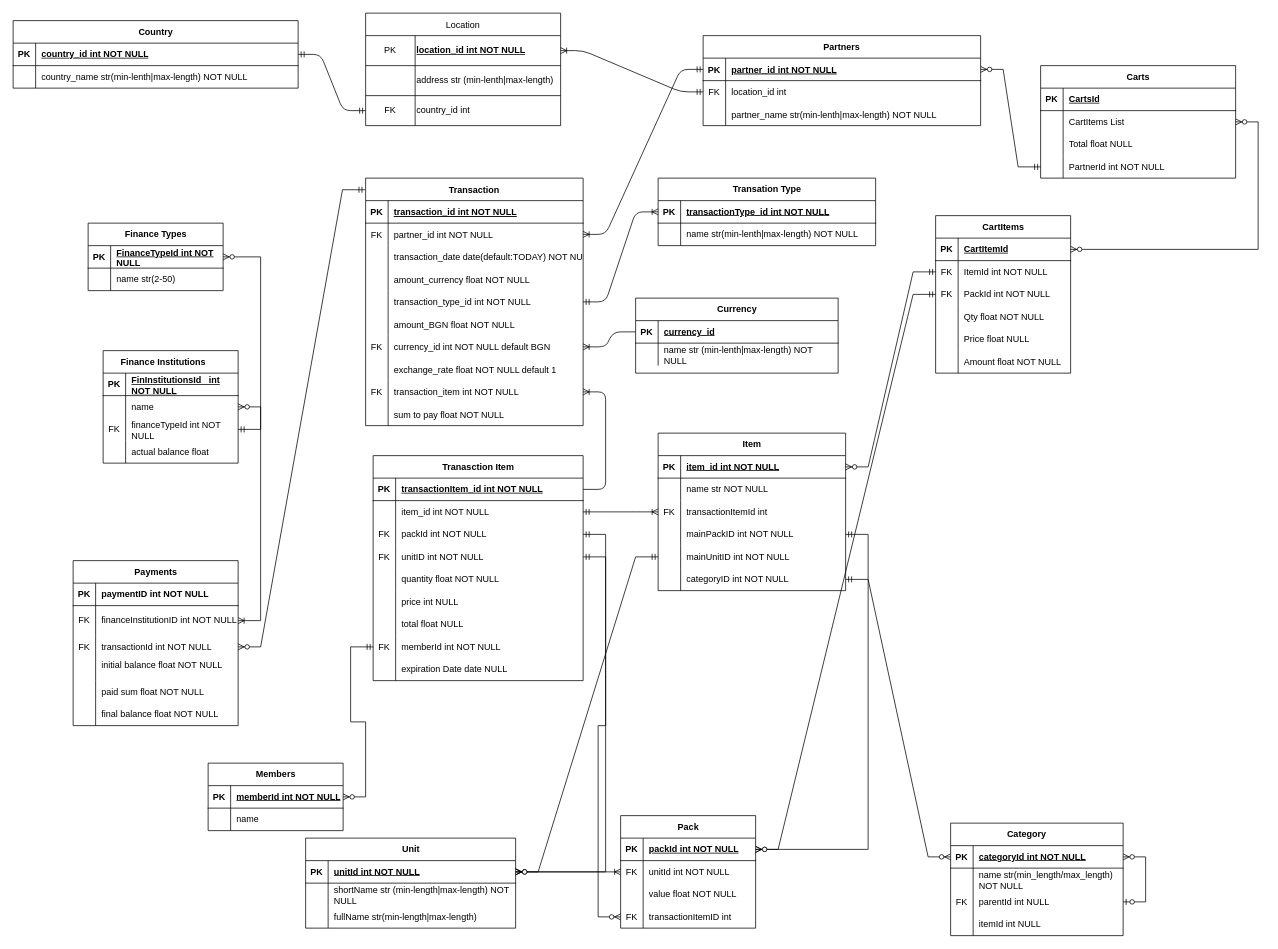
Before: PB.drawio in Dani7706/PB-Chart, a draw.io diagram. Source tidied: cells renumbered, new cells numbered last; positions are measured from the earlier drawing's top-left corner, leaving out a move shared by most shapes. Both pictures are drawn from the tidied source at 75%, with x=0, y=0 at pixel (13, 13).
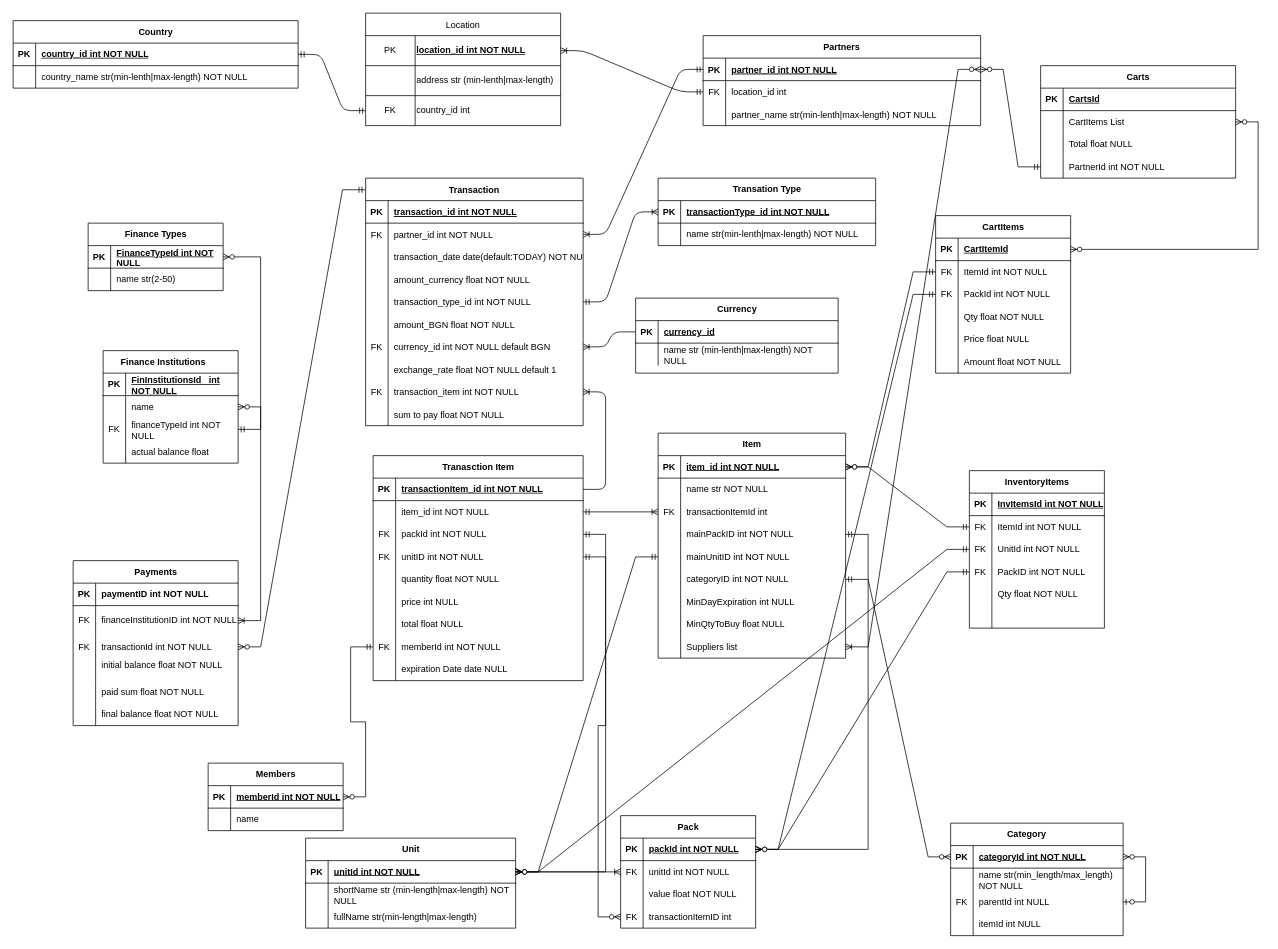
After the change.

Unchanged cells that the change refers to:
```xml
<mxCell id="34" style="shape=partialRectangle;fillColor=none;points=[[0,0.5],[1,0.5]];portConstraint=eastwest;top=0;left=0;right=0;bottom=1;" parent="33" vertex="1">
  <mxGeometry y="30" width="370" height="30" as="geometry" />
</mxCell>
<mxCell id="105" style="shape=tableRow;horizontal=0;startSize=0;swimlaneHead=0;swimlaneBody=0;fillColor=none;points=[[0,0.5],[1,0.5]];portConstraint=eastwest;top=0;left=0;right=0;bottom=1;" parent="104" vertex="1">
  <mxGeometry y="30" width="250" height="30" as="geometry" />
</mxCell>
<mxCell id="128" style="shape=tableRow;horizontal=0;startSize=0;swimlaneHead=0;swimlaneBody=0;fillColor=none;points=[[0,0.5],[1,0.5]];portConstraint=eastwest;top=0;left=0;right=0;bottom=1;" parent="127" vertex="1">
  <mxGeometry y="30" width="180" height="30" as="geometry" />
</mxCell>
<mxCell id="141" style="shape=tableRow;horizontal=0;startSize=0;swimlaneHead=0;swimlaneBody=0;fillColor=none;points=[[0,0.5],[1,0.5]];portConstraint=eastwest;top=0;left=0;right=0;bottom=1;" parent="140" vertex="1">
  <mxGeometry y="30" width="280" height="30" as="geometry" />
</mxCell>
```

Change to the diagram source:
```diff
@@
     <mxCell id="104" value="Item" style="shape=table;startSize=30;childLayout=tableLayout;rowLines=0;fontStyle=1;align=center;html=1;" parent="1" vertex="1">
-      <mxGeometry x="860" y="560" width="250" height="210" as="geometry" />
+      <mxGeometry x="860" y="560" width="250" height="300" as="geometry" />
     </mxCell>
@@
+    <mxCell id="257" style="shape=tableRow;horizontal=0;startSize=0;swimlaneHead=0;swimlaneBody=0;fillColor=none;top=0;left=0;right=0;bottom=0;" parent="104" vertex="1">
+      <mxGeometry y="210" width="250" height="30" as="geometry" />
+    </mxCell>
+    <mxCell id="258" style="shape=partialRectangle;fillColor=none;top=0;left=0;bottom=0;right=0;overflow=hidden;whiteSpace=wrap;html=1;" parent="257" vertex="1">
+      <mxGeometry width="30" height="30" as="geometry" />
+    </mxCell>
+    <mxCell id="259" value="MinDayExpiration int NULL" style="shape=partialRectangle;fillColor=none;top=0;left=0;bottom=0;right=0;align=left;spacingLeft=6;overflow=hidden;whiteSpace=wrap;html=1;" parent="257" vertex="1">
+      <mxGeometry x="30" width="220" height="30" as="geometry" />
+    </mxCell>
+    <mxCell id="260" style="shape=tableRow;horizontal=0;startSize=0;swimlaneHead=0;swimlaneBody=0;fillColor=none;top=0;left=0;right=0;bottom=0;" parent="104" vertex="1">
+      <mxGeometry y="240" width="250" height="30" as="geometry" />
+    </mxCell>
+    <mxCell id="261" style="shape=partialRectangle;fillColor=none;top=0;left=0;bottom=0;right=0;overflow=hidden;whiteSpace=wrap;html=1;" parent="260" vertex="1">
+      <mxGeometry width="30" height="30" as="geometry" />
+    </mxCell>
+    <mxCell id="262" value="MinQtyToBuy float NULL" style="shape=partialRectangle;fillColor=none;top=0;left=0;bottom=0;right=0;align=left;spacingLeft=6;overflow=hidden;whiteSpace=wrap;html=1;" parent="260" vertex="1">
+      <mxGeometry x="30" width="220" height="30" as="geometry" />
+    </mxCell>
+    <mxCell id="263" style="shape=tableRow;horizontal=0;startSize=0;swimlaneHead=0;swimlaneBody=0;fillColor=none;points=[[0,0.5],[1,0.5]];portConstraint=eastwest;top=0;left=0;right=0;bottom=0;" parent="104" vertex="1">
+      <mxGeometry y="270" width="250" height="30" as="geometry" />
+    </mxCell>
+    <mxCell id="264" style="shape=partialRectangle;fillColor=none;top=0;left=0;bottom=0;right=0;overflow=hidden;whiteSpace=wrap;html=1;" parent="263" vertex="1">
+      <mxGeometry width="30" height="30" as="geometry" />
+    </mxCell>
+    <mxCell id="265" value="Suppliers list&amp;nbsp;" style="shape=partialRectangle;fillColor=none;top=0;left=0;bottom=0;right=0;align=left;spacingLeft=6;overflow=hidden;whiteSpace=wrap;html=1;" parent="263" vertex="1">
+      <mxGeometry x="30" width="220" height="30" as="geometry" />
+    </mxCell>
@@
+    <mxCell id="266" value="InventoryItems" style="shape=table;startSize=30;childLayout=tableLayout;rowLines=0;fontStyle=1;align=center;html=1;" parent="1" vertex="1">
+      <mxGeometry x="1275" y="610" width="180" height="210" as="geometry" />
+    </mxCell>
+    <mxCell id="267" style="shape=tableRow;horizontal=0;startSize=0;swimlaneHead=0;swimlaneBody=0;fillColor=none;top=0;left=0;right=0;bottom=1;" parent="266" vertex="1">
+      <mxGeometry y="30" width="180" height="30" as="geometry" />
+    </mxCell>
+    <mxCell id="268" value="PK" style="shape=partialRectangle;fillColor=none;top=0;left=0;bottom=0;right=0;fontStyle=1;overflow=hidden;whiteSpace=wrap;html=1;" parent="267" vertex="1">
+      <mxGeometry width="30" height="30" as="geometry" />
+    </mxCell>
+    <mxCell id="269" value="InvItemsId int NOT NULL" style="shape=partialRectangle;fillColor=none;top=0;left=0;bottom=0;right=0;align=left;spacingLeft=6;fontStyle=5;overflow=hidden;whiteSpace=wrap;html=1;" parent="267" vertex="1">
+      <mxGeometry x="30" width="150" height="30" as="geometry" />
+    </mxCell>
+    <mxCell id="270" style="shape=tableRow;horizontal=0;startSize=0;swimlaneHead=0;swimlaneBody=0;fillColor=none;points=[[0,0.5],[1,0.5]];portConstraint=eastwest;top=0;left=0;right=0;bottom=0;" parent="266" vertex="1">
+      <mxGeometry y="60" width="180" height="30" as="geometry" />
+    </mxCell>
+    <mxCell id="271" value="FK" style="shape=partialRectangle;fillColor=none;top=0;left=0;bottom=0;right=0;overflow=hidden;whiteSpace=wrap;html=1;" parent="270" vertex="1">
+      <mxGeometry width="30" height="30" as="geometry" />
+    </mxCell>
+    <mxCell id="272" value="ItemId int NOT NULL" style="shape=partialRectangle;fillColor=none;top=0;left=0;bottom=0;right=0;align=left;spacingLeft=6;overflow=hidden;whiteSpace=wrap;html=1;" parent="270" vertex="1">
+      <mxGeometry x="30" width="150" height="30" as="geometry" />
+    </mxCell>
+    <mxCell id="273" style="shape=tableRow;horizontal=0;startSize=0;swimlaneHead=0;swimlaneBody=0;fillColor=none;points=[[0,0.5],[1,0.5]];portConstraint=eastwest;top=0;left=0;right=0;bottom=0;" parent="266" vertex="1">
+      <mxGeometry y="90" width="180" height="30" as="geometry" />
+    </mxCell>
+    <mxCell id="274" value="FK" style="shape=partialRectangle;fillColor=none;top=0;left=0;bottom=0;right=0;overflow=hidden;whiteSpace=wrap;html=1;" parent="273" vertex="1">
+      <mxGeometry width="30" height="30" as="geometry" />
+    </mxCell>
+    <mxCell id="275" value="UnitId int NOT NULL" style="shape=partialRectangle;fillColor=none;top=0;left=0;bottom=0;right=0;align=left;spacingLeft=6;overflow=hidden;whiteSpace=wrap;html=1;" parent="273" vertex="1">
+      <mxGeometry x="30" width="150" height="30" as="geometry" />
+    </mxCell>
+    <mxCell id="276" style="shape=tableRow;horizontal=0;startSize=0;swimlaneHead=0;swimlaneBody=0;fillColor=none;points=[[0,0.5],[1,0.5]];portConstraint=eastwest;top=0;left=0;right=0;bottom=0;" parent="266" vertex="1">
+      <mxGeometry y="120" width="180" height="30" as="geometry" />
+    </mxCell>
+    <mxCell id="277" value="FK" style="shape=partialRectangle;fillColor=none;top=0;left=0;bottom=0;right=0;overflow=hidden;whiteSpace=wrap;html=1;" parent="276" vertex="1">
+      <mxGeometry width="30" height="30" as="geometry" />
+    </mxCell>
+    <mxCell id="278" value="PackID int NOT NULL" style="shape=partialRectangle;fillColor=none;top=0;left=0;bottom=0;right=0;align=left;spacingLeft=6;overflow=hidden;whiteSpace=wrap;html=1;" parent="276" vertex="1">
+      <mxGeometry x="30" width="150" height="30" as="geometry" />
+    </mxCell>
+    <mxCell id="279" style="shape=tableRow;horizontal=0;startSize=0;swimlaneHead=0;swimlaneBody=0;fillColor=none;top=0;left=0;right=0;bottom=0;" parent="266" vertex="1">
+      <mxGeometry y="150" width="180" height="30" as="geometry" />
+    </mxCell>
+    <mxCell id="280" style="shape=partialRectangle;fillColor=none;top=0;left=0;bottom=0;right=0;overflow=hidden;whiteSpace=wrap;html=1;" parent="279" vertex="1">
+      <mxGeometry width="30" height="30" as="geometry" />
+    </mxCell>
+    <mxCell id="281" value="Qty float NOT NULL" style="shape=partialRectangle;fillColor=none;top=0;left=0;bottom=0;right=0;align=left;spacingLeft=6;overflow=hidden;whiteSpace=wrap;html=1;" parent="279" vertex="1">
+      <mxGeometry x="30" width="150" height="30" as="geometry" />
+    </mxCell>
+    <mxCell id="282" style="shape=tableRow;horizontal=0;startSize=0;swimlaneHead=0;swimlaneBody=0;fillColor=none;top=0;left=0;right=0;bottom=0;" parent="266" vertex="1">
+      <mxGeometry y="180" width="180" height="30" as="geometry" />
+    </mxCell>
+    <mxCell id="283" style="shape=partialRectangle;fillColor=none;top=0;left=0;bottom=0;right=0;overflow=hidden;whiteSpace=wrap;html=1;" parent="282" vertex="1">
+      <mxGeometry width="30" height="30" as="geometry" />
+    </mxCell>
+    <mxCell id="284" style="shape=partialRectangle;fillColor=none;top=0;left=0;bottom=0;right=0;align=left;spacingLeft=6;overflow=hidden;whiteSpace=wrap;html=1;" parent="282" vertex="1">
+      <mxGeometry x="30" width="150" height="30" as="geometry" />
+    </mxCell>
+    <mxCell id="285" style="edgeStyle=entityRelationEdgeStyle;fontSize=12;html=1;endArrow=ERzeroToMany;startArrow=ERmandOne;rounded=0;entryX=1;entryY=0.5;entryDx=0;entryDy=0;exitX=0;exitY=0.5;exitDx=0;exitDy=0;" parent="1" edge="1" source="270" target="105">
+      <mxGeometry relative="1" as="geometry" />
+    </mxCell>
+    <mxCell id="286" style="edgeStyle=entityRelationEdgeStyle;fontSize=12;html=1;endArrow=ERoneToMany;startArrow=ERzeroToMany;rounded=0;exitX=1;exitY=0.5;exitDx=0;exitDy=0;" parent="1" edge="1" source="34" target="263">
+      <mxGeometry relative="1" as="geometry" />
+    </mxCell>
+    <mxCell id="287" style="edgeStyle=entityRelationEdgeStyle;fontSize=12;html=1;endArrow=ERzeroToMany;startArrow=ERmandOne;rounded=0;entryX=1;entryY=0.5;entryDx=0;entryDy=0;exitX=0;exitY=0.5;exitDx=0;exitDy=0;" parent="1" edge="1" source="273" target="141">
+      <mxGeometry relative="1" as="geometry" />
+    </mxCell>
+    <mxCell id="288" style="edgeStyle=entityRelationEdgeStyle;fontSize=12;html=1;endArrow=ERzeroToMany;startArrow=ERmandOne;rounded=0;entryX=1;entryY=0.5;entryDx=0;entryDy=0;exitX=0;exitY=0.5;exitDx=0;exitDy=0;" parent="1" edge="1" source="276" target="128">
+      <mxGeometry relative="1" as="geometry" />
+    </mxCell>
```
